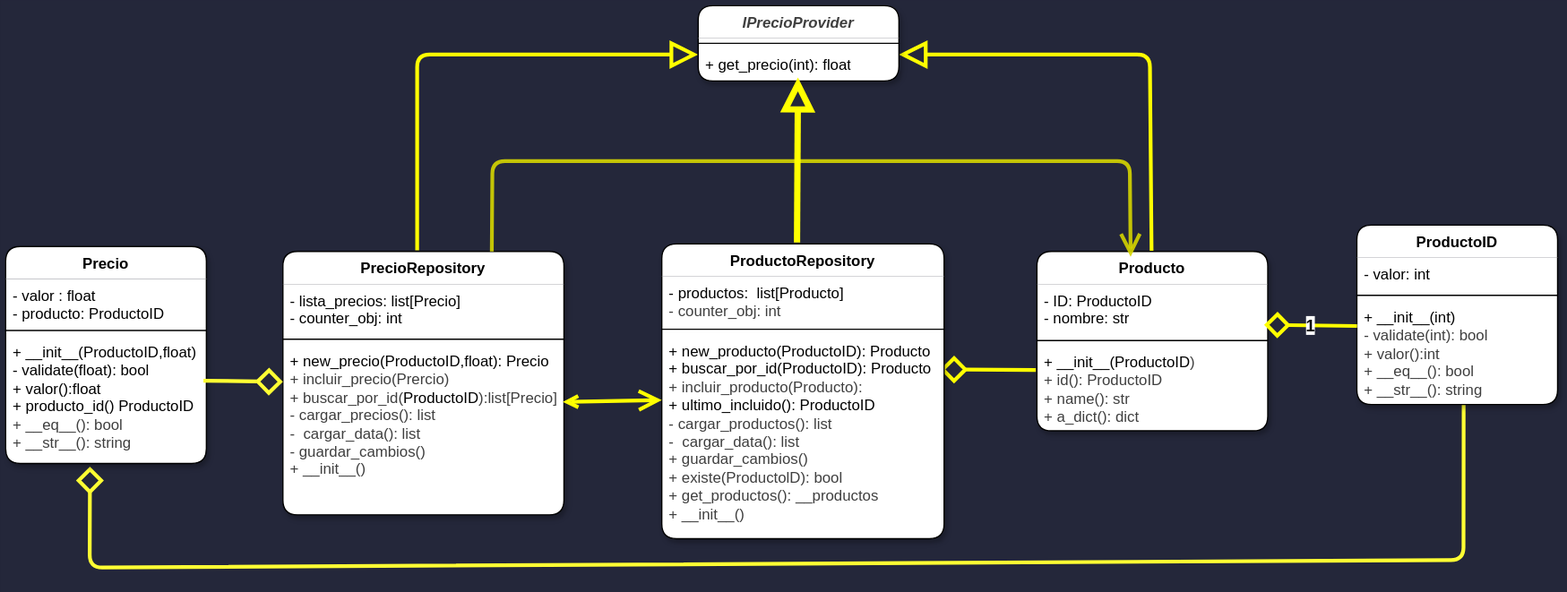
Earlier version of the draw.io export Docs/DiagramaSubSistema.svg (shinovi9/Subsistema-Precio). Source tidied: cells renumbered, new cells last; positions are measured from the earlier drawing's top-left corner, leaving out a move shared by most shapes.
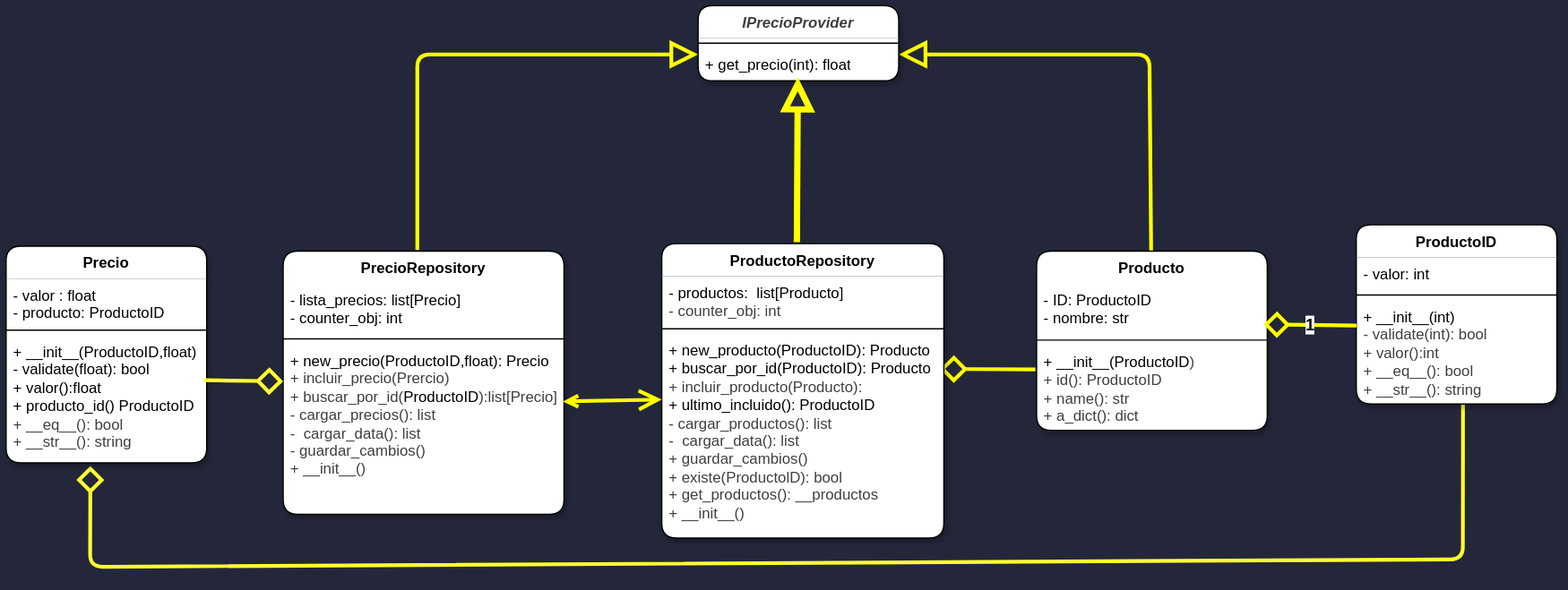
The same file after the commit.

Change to the diagram source:
```diff
@@ -70,15 +70,6 @@
     <mxCell id="20" value="+ get_precio(int): float" style="text;strokeColor=none;fillColor=none;align=left;verticalAlign=top;spacingLeft=4;spacingRight=4;overflow=hidden;points=[[0,0.5],[1,0.5]];portConstraint=eastwest;whiteSpace=wrap;html=1;rounded=1;" parent="18" vertex="1">
       <mxGeometry y="34" width="160" height="26" as="geometry" />
     </mxCell>
-    <mxCell id="21" style="edgeStyle=none;html=1;entryX=0.406;entryY=0.03;entryDx=0;entryDy=0;exitX=0.5;exitY=0;exitDx=0;exitDy=0;strokeWidth=3;strokeColor=#D5D500;entryPerimeter=0;opacity=90;endArrow=open;endFill=0;rounded=1;endSize=12;" parent="1" edge="1" target="4">
-      <mxGeometry relative="1" as="geometry">
-        <mxPoint x="387.5" y="196" as="sourcePoint" />
-        <Array as="points">
-          <mxPoint x="388" y="124" />
-          <mxPoint x="896" y="124" />
-        </Array>
-      </mxGeometry>
-    </mxCell>
     <mxCell id="22" style="edgeStyle=none;html=1;entryX=0.497;entryY=0.891;entryDx=0;entryDy=0;entryPerimeter=0;exitX=0.479;exitY=-0.005;exitDx=0;exitDy=0;strokeWidth=5;strokeColor=#FFFF00;endArrow=block;endFill=0;endSize=15;exitPerimeter=0;rounded=1;" parent="1" edge="1" source="13" target="20">
       <mxGeometry relative="1" as="geometry" />
     </mxCell>
```
